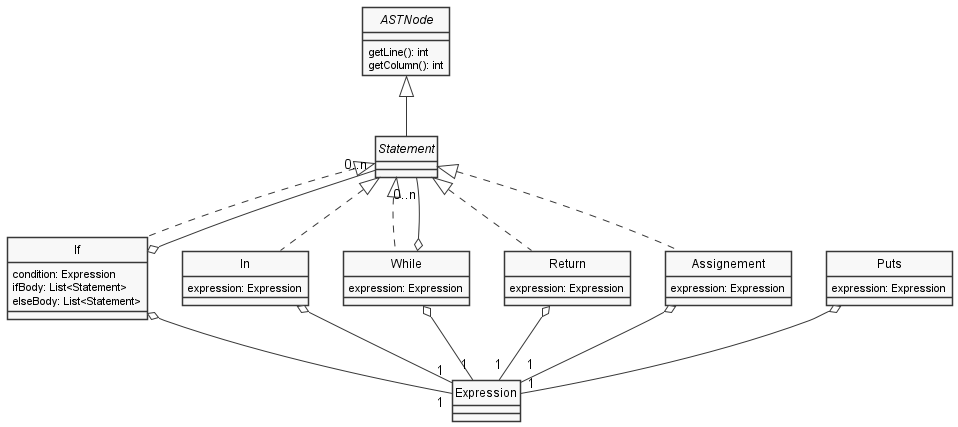
uo271288/dlp-compiler keeps this PlantUML diagram as docs/diagrams/Statements.png. Above is the earlier version.
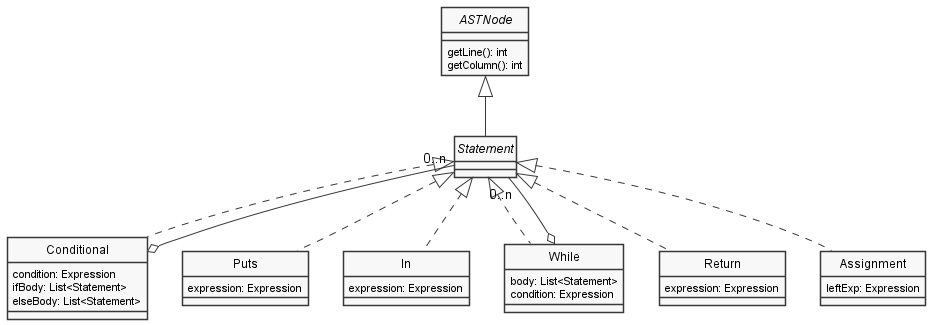
The same diagram one commit later.

Change to the diagram source:
```diff
@@ -10,7 +10,7 @@
 
 interface Statement
 
-class If {
+class Conditional {
     condition: Expression
     ifBody: List<Statement>
     elseBody: List<Statement>
@@ -25,31 +25,27 @@
 }
 
 class While {
-    expression: Expression
+    body: List<Statement>
+    condition: Expression
 }
 
 class Return {
     expression: Expression
 }
 
-class Assignement {
-    expression: Expression
+class Assignment {
+    leftExp: Expression
+
 }
 
 ASTNode <|-- Statement
-Statement <|.. If
+Statement <|.. Conditional
 Statement <|.. In
 Statement <|.. While
 Statement <|.. Return
-Statement <|.. Assignement
-
-If o-- "1" Expression
-Puts o-- "1" Expression
-While o-- "1" Expression
-In o-- "1" Expression
-Return o-- "1" Expression
-Assignement o-- "1" Expression
-If o-- "0..n" Statement
+Statement <|.. Assignment
+Statement <|.. Puts
+Conditional o-- "0..n" Statement
 While o-- "0..n" Statement
 
 
```
